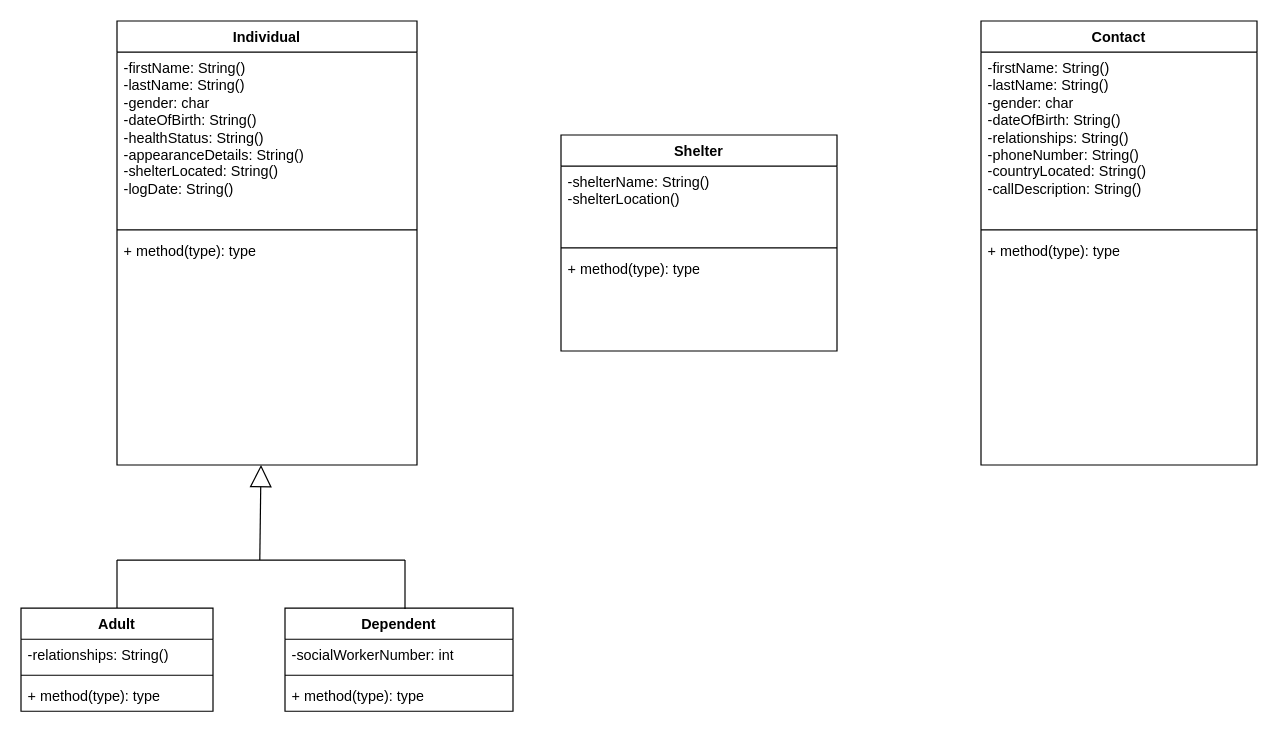
This is disaster_recover_UML_25.drawio from ENSF-380-Group-25/Project-1, a draw.io file, before an edit. Source tidied: cells renumbered, new cells numbered last; positions are measured from the earlier drawing's top-left corner, leaving out a move shared by most shapes. Both pictures are drawn from the tidied source at 120%, with x=0, y=0 at pixel (20, 20).
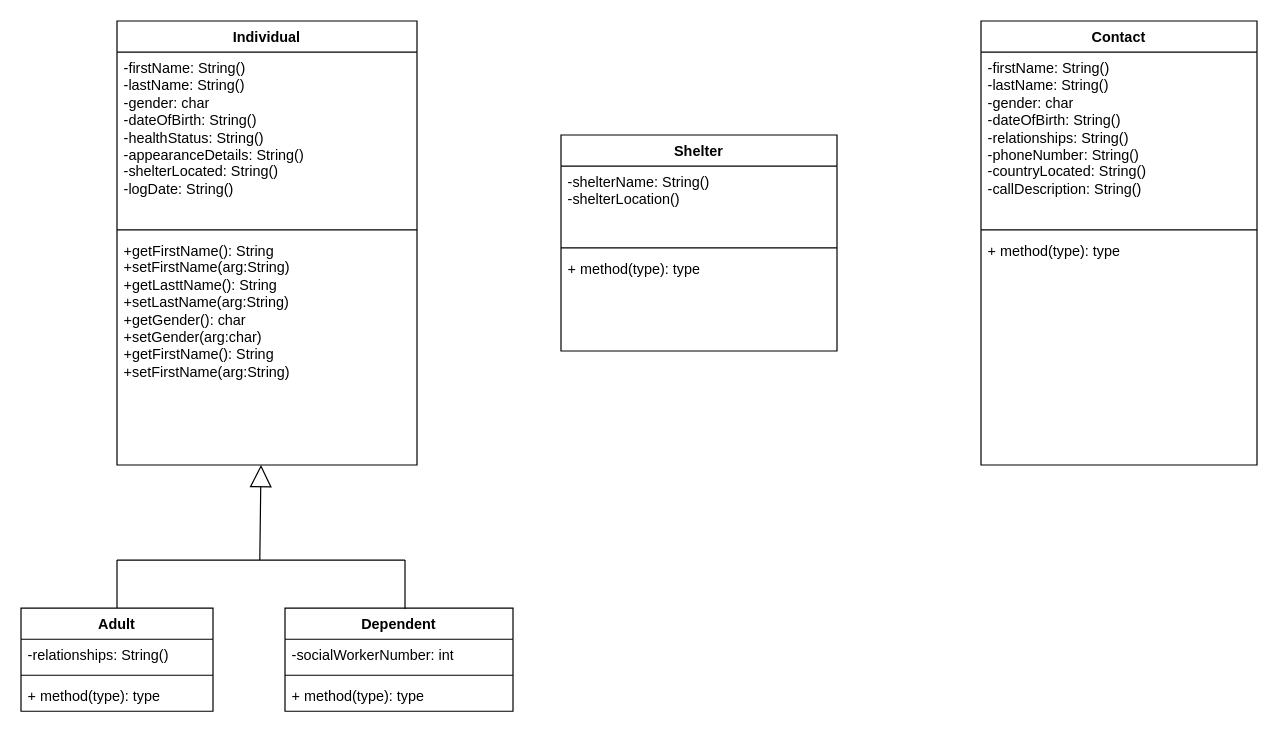
The same page after the edit.

The change refers to these unchanged cells:
```xml
<mxCell id="2" value="Individual" style="swimlane;fontStyle=1;align=center;verticalAlign=top;horizontal=1;startSize=26;whiteSpace=wrap;html=1;" parent="1" vertex="1">
  <mxGeometry x="80" width="250" height="370" as="geometry" />
</mxCell>
```

Change to the diagram source:
```diff
@@
-    <mxCell id="5" value="+ method(type): type" style="text;strokeColor=none;fillColor=none;align=left;verticalAlign=top;spacingLeft=4;spacingRight=4;overflow=hidden;whiteSpace=wrap;html=1;" parent="2" vertex="1">
+    <mxCell id="5" value="+getFirstName(): String&lt;div&gt;+setFirstName(arg:String)&lt;/div&gt;&lt;div&gt;+getLasttName(): String&lt;div&gt;+setLastName(arg:String)&lt;/div&gt;&lt;div&gt;+getGender(): char&lt;div&gt;+setGender(arg:char)&lt;/div&gt;&lt;div&gt;+getFirstName(): String&lt;div&gt;+setFirstName(arg:String)&lt;/div&gt;&lt;div&gt;&lt;br&gt;&lt;/div&gt;&lt;/div&gt;&lt;/div&gt;&lt;div&gt;&lt;br&gt;&lt;/div&gt;&lt;/div&gt;" style="text;strokeColor=none;fillColor=none;align=left;verticalAlign=top;spacingLeft=4;spacingRight=4;overflow=hidden;whiteSpace=wrap;html=1;" parent="2" vertex="1">
       <mxGeometry y="178" width="250" height="192" as="geometry" />
     </mxCell>
```
